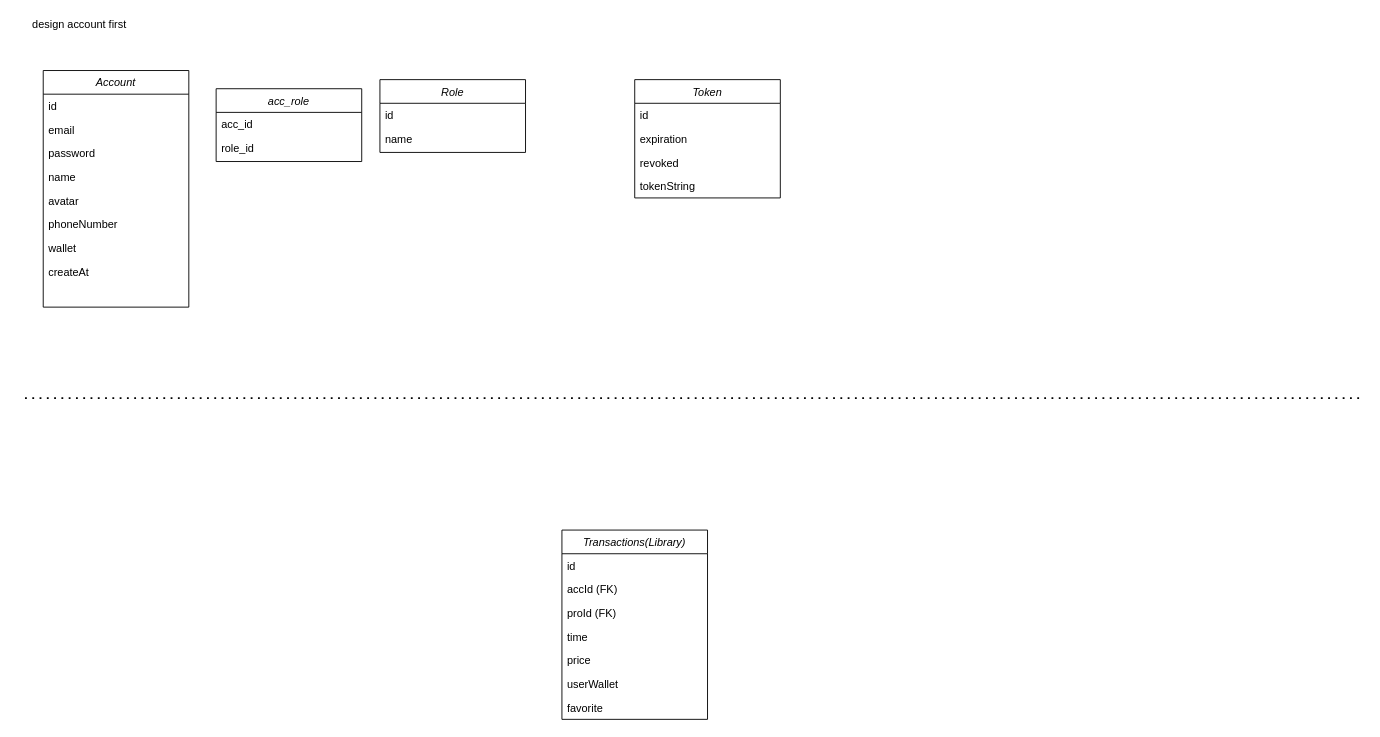
Above: dbDiagram.drawio in DacVuCaMap/GVNCorpProject (draw.io), before the change. Source tidied: cells renumbered, new cells numbered last; positions are measured from the earlier drawing's top-left corner, leaving out a move shared by most shapes. Both pictures are drawn from the tidied source at 91%, with x=0, y=0 at pixel (15, 15).
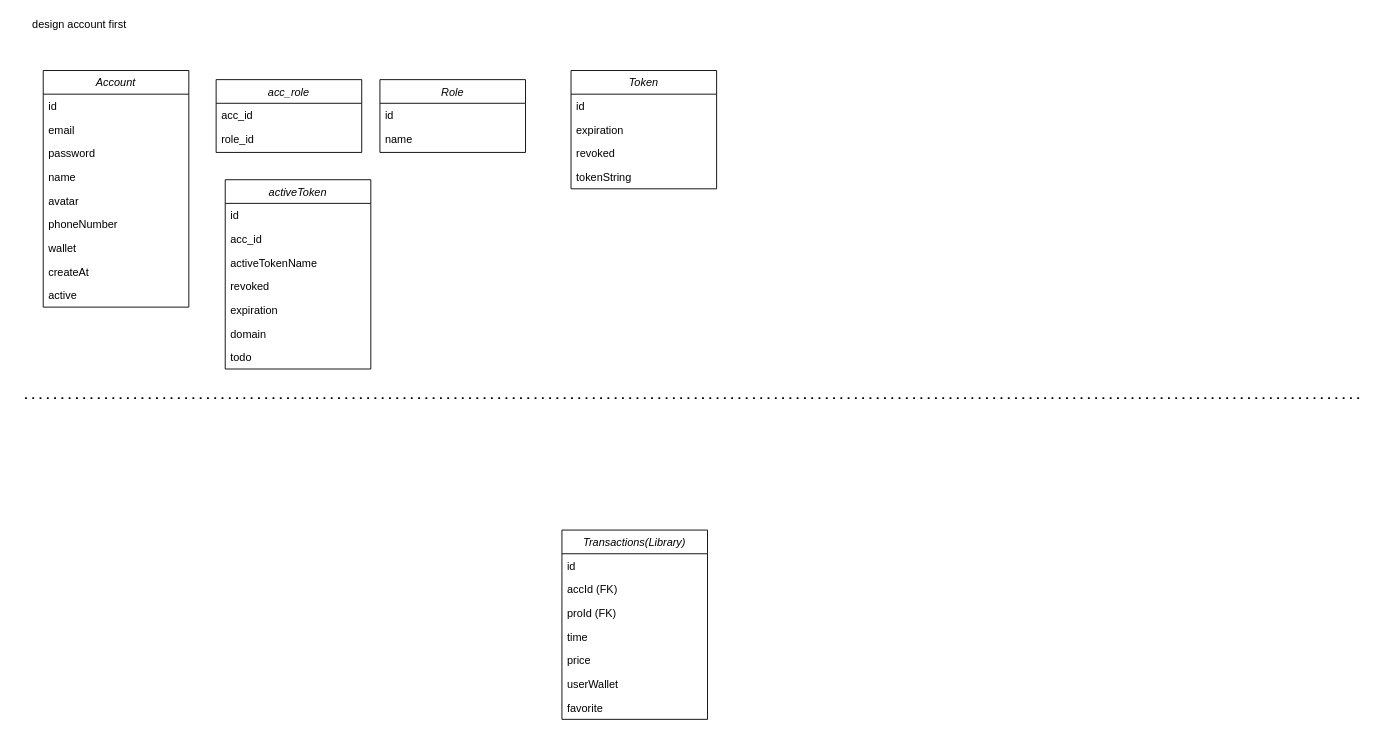
The same page after the edit.

The change refers to these unchanged cells:
```xml
<mxCell id="2" value="Account" style="swimlane;fontStyle=2;align=center;verticalAlign=top;horizontal=1;startSize=26;rounded=0;shadow=0;strokeWidth=1;" parent="1" vertex="1">
  <mxGeometry x="30" y="60" width="160" height="260" as="geometry" />
</mxCell>
```

What changed in the source:
```diff
@@
+    <mxCell id="32" value="active" style="text;align=left;verticalAlign=top;spacingLeft=4;spacingRight=4;overflow=hidden;" parent="2" vertex="1">
+      <mxGeometry y="234" width="160" height="26" as="geometry" />
+    </mxCell>
@@
     <mxCell id="24" value="Token" style="swimlane;fontStyle=2;align=center;verticalAlign=top;horizontal=1;startSize=26;rounded=0;shadow=0;strokeWidth=1;" parent="1" vertex="1">
-      <mxGeometry x="680" y="70" width="160" height="130" as="geometry" />
+      <mxGeometry x="610" y="60" width="160" height="130" as="geometry" />
     </mxCell>
@@
     <mxCell id="29" value="acc_role" style="swimlane;fontStyle=2;align=center;verticalAlign=top;horizontal=1;startSize=26;rounded=0;shadow=0;strokeWidth=1;" parent="1" vertex="1">
-      <mxGeometry x="220" y="80" width="160" height="80" as="geometry" />
+      <mxGeometry x="220" y="70" width="160" height="80" as="geometry" />
     </mxCell>
@@
+    <mxCell id="33" value="activeToken" style="swimlane;fontStyle=2;align=center;verticalAlign=top;horizontal=1;startSize=26;rounded=0;shadow=0;strokeWidth=1;" parent="1" vertex="1">
+      <mxGeometry x="230" y="180" width="160" height="208" as="geometry" />
+    </mxCell>
+    <mxCell id="34" value="id" style="text;align=left;verticalAlign=top;spacingLeft=4;spacingRight=4;overflow=hidden;" parent="33" vertex="1">
+      <mxGeometry y="26" width="160" height="26" as="geometry" />
+    </mxCell>
+    <mxCell id="35" value="acc_id" style="text;align=left;verticalAlign=top;spacingLeft=4;spacingRight=4;overflow=hidden;rounded=0;shadow=0;html=0;" parent="33" vertex="1">
+      <mxGeometry y="52" width="160" height="26" as="geometry" />
+    </mxCell>
+    <mxCell id="36" value="activeTokenName" style="text;align=left;verticalAlign=top;spacingLeft=4;spacingRight=4;overflow=hidden;rounded=0;shadow=0;html=0;" parent="33" vertex="1">
+      <mxGeometry y="78" width="160" height="26" as="geometry" />
+    </mxCell>
+    <mxCell id="37" value="revoked" style="text;align=left;verticalAlign=top;spacingLeft=4;spacingRight=4;overflow=hidden;rounded=0;shadow=0;html=0;" parent="33" vertex="1">
+      <mxGeometry y="104" width="160" height="26" as="geometry" />
+    </mxCell>
+    <mxCell id="38" value="expiration" style="text;align=left;verticalAlign=top;spacingLeft=4;spacingRight=4;overflow=hidden;rounded=0;shadow=0;html=0;" parent="33" vertex="1">
+      <mxGeometry y="130" width="160" height="26" as="geometry" />
+    </mxCell>
+    <mxCell id="39" value="domain" style="text;align=left;verticalAlign=top;spacingLeft=4;spacingRight=4;overflow=hidden;rounded=0;shadow=0;html=0;" parent="33" vertex="1">
+      <mxGeometry y="156" width="160" height="26" as="geometry" />
+    </mxCell>
+    <mxCell id="40" value="todo" style="text;align=left;verticalAlign=top;spacingLeft=4;spacingRight=4;overflow=hidden;rounded=0;shadow=0;html=0;" parent="33" vertex="1">
+      <mxGeometry y="182" width="160" height="26" as="geometry" />
+    </mxCell>
```
